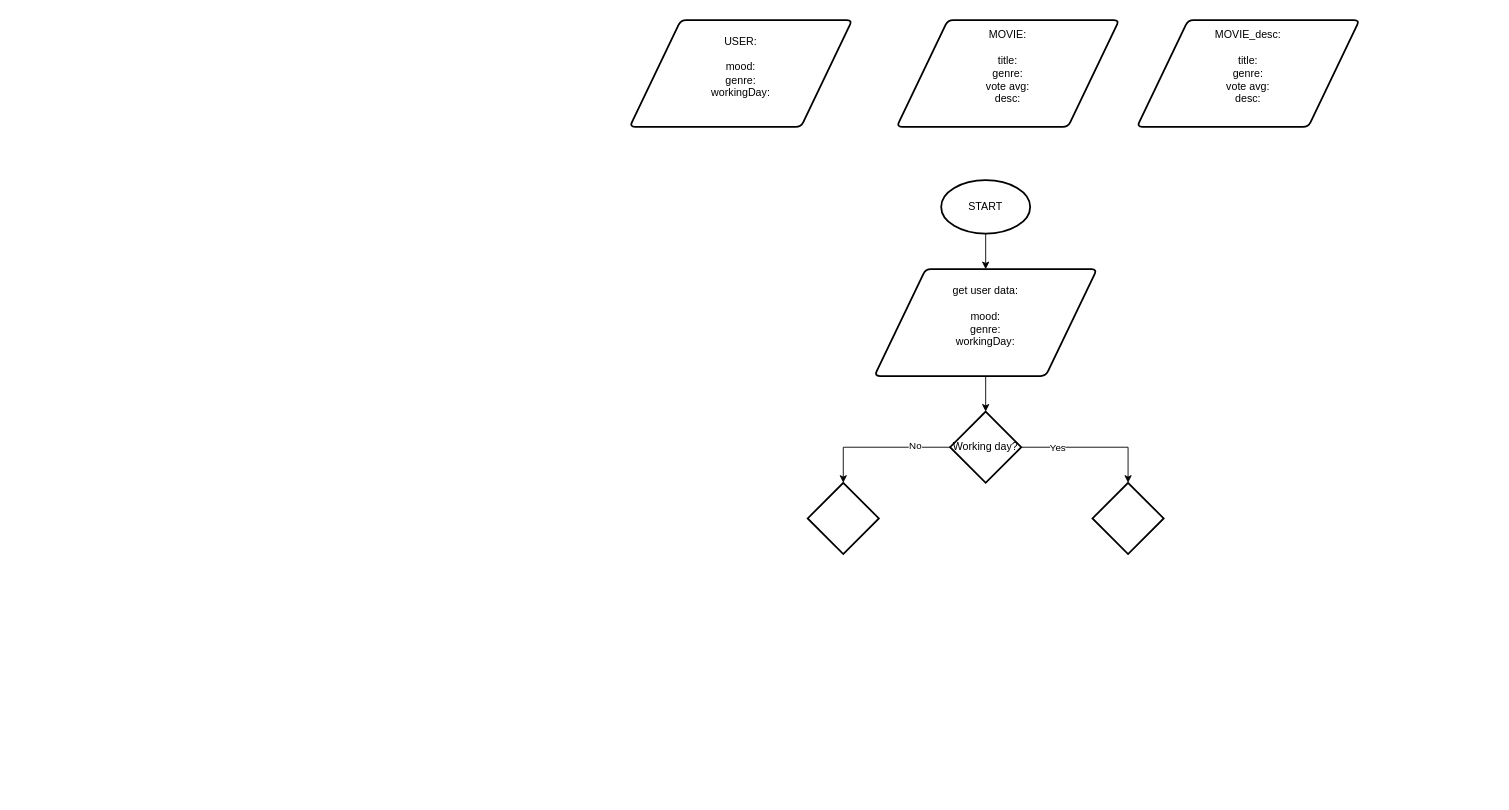
CodeCiepol/movie-advisor keeps this draw.io diagram as Decision_system.drawio. Above is the earlier version. Source tidied: cells renumbered, new cells numbered last; positions are measured from the earlier drawing's top-left corner, leaving out a move shared by most shapes. Both pictures are drawn from the tidied source at 89%, with x=0, y=0 at pixel (629, 20).
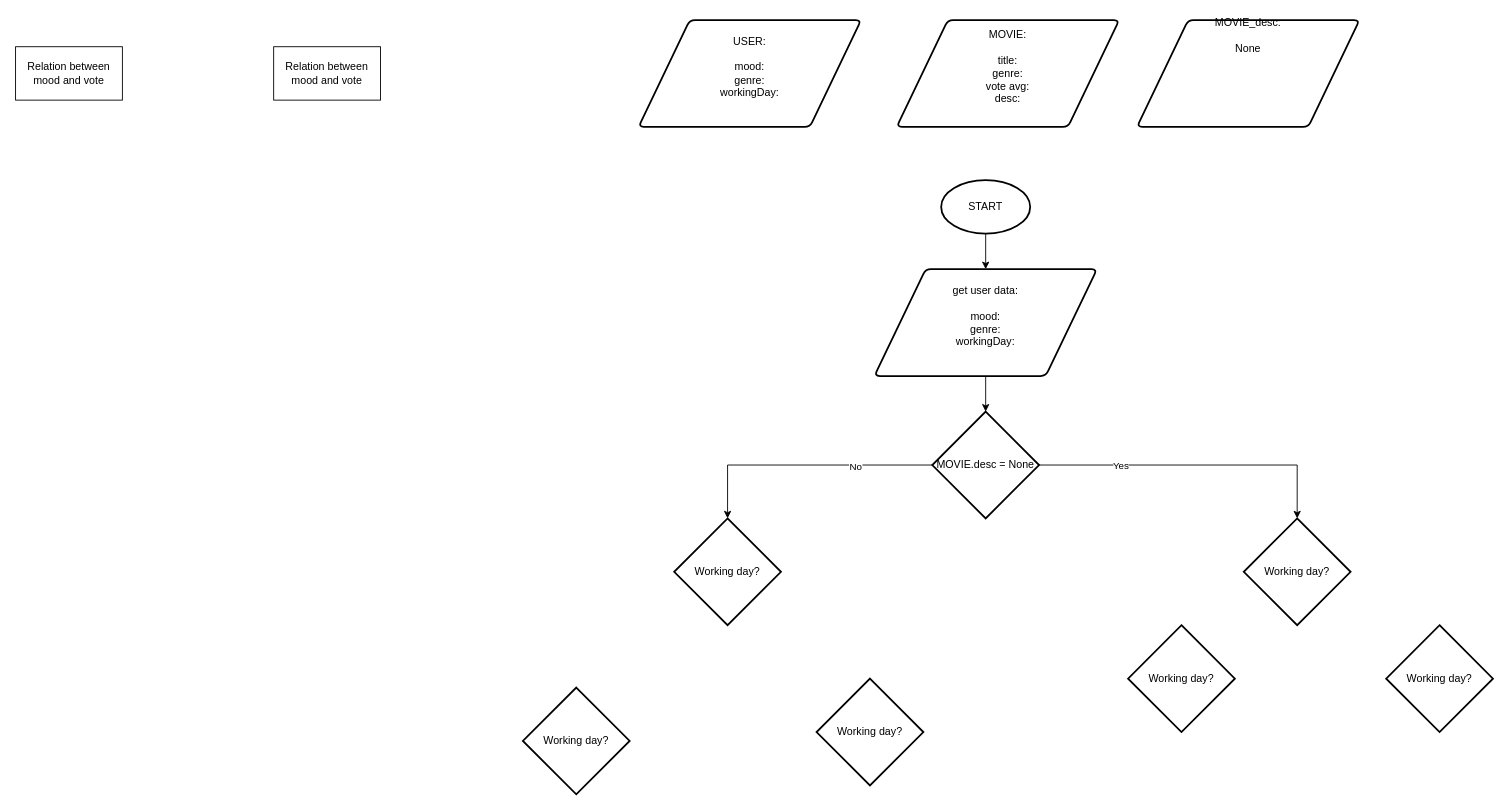
Above is the later version.

The change refers to these unchanged cells:
```xml
<mxCell id="8" value="&lt;div&gt;get user data: &lt;br&gt;&lt;br&gt;&lt;/div&gt;&lt;div&gt;mood:&lt;/div&gt;&lt;div&gt;genre:&lt;/div&gt;&lt;div&gt;workingDay:&lt;/div&gt;&lt;div&gt;&lt;br&gt;&lt;/div&gt;" style="shape=parallelogram;html=1;strokeWidth=2;perimeter=parallelogramPerimeter;whiteSpace=wrap;rounded=1;arcSize=12;size=0.23;" parent="1" vertex="1">
  <mxGeometry x="275" y="280" width="250" height="120" as="geometry" />
</mxCell>
```

The edit, as a diff of the source:
```diff
@@
     <mxCell id="2" value="&lt;div&gt;USER:&lt;br&gt;&lt;br&gt;&lt;/div&gt;&lt;div&gt;mood:&lt;/div&gt;&lt;div&gt;genre:&lt;/div&gt;&lt;div&gt;workingDay:&lt;/div&gt;&lt;div&gt;&lt;br&gt;&lt;/div&gt;" style="shape=parallelogram;html=1;strokeWidth=2;perimeter=parallelogramPerimeter;whiteSpace=wrap;rounded=1;arcSize=12;size=0.23;" parent="1" vertex="1">
-      <mxGeometry width="250" height="120" as="geometry" />
+      <mxGeometry x="10" width="250" height="120" as="geometry" />
     </mxCell>
@@
-    <mxCell id="6" value="&lt;div&gt;MOVIE_desc:&lt;br&gt;&lt;br&gt;&lt;/div&gt;&lt;div&gt;title:&lt;/div&gt;&lt;div&gt;genre:&lt;/div&gt;&lt;div&gt;vote avg:&lt;/div&gt;&lt;div&gt;desc:&lt;br&gt;&lt;/div&gt;&lt;div&gt;&lt;br&gt;&lt;/div&gt;" style="shape=parallelogram;html=1;strokeWidth=2;perimeter=parallelogramPerimeter;whiteSpace=wrap;rounded=1;arcSize=12;size=0.23;" parent="1" vertex="1">
+    <mxCell id="6" value="&lt;div&gt;MOVIE_desc:&lt;br&gt;&lt;/div&gt;&lt;div&gt;&lt;br&gt;&lt;/div&gt;&lt;div&gt;None&lt;/div&gt;&lt;div&gt;&lt;br&gt;&lt;/div&gt;&lt;div&gt;&lt;br&gt;&lt;/div&gt;&lt;div&gt;&lt;br&gt;&lt;/div&gt;&lt;div&gt;&lt;br&gt;&lt;/div&gt;&lt;div&gt;&lt;br&gt;&lt;/div&gt;&lt;div&gt;&lt;br&gt;&lt;/div&gt;" style="shape=parallelogram;html=1;strokeWidth=2;perimeter=parallelogramPerimeter;whiteSpace=wrap;rounded=1;arcSize=12;size=0.23;" parent="1" vertex="1">
       <mxGeometry x="570" width="250" height="120" as="geometry" />
     </mxCell>
-    <mxCell id="7" style="edgeStyle=orthogonalEdgeStyle;rounded=0;jettySize=auto;html=1;" parent="1" edge="1" source="8" target="14">
-      <mxGeometry relative="1" as="geometry" />
-    </mxCell>
+    <mxCell id="16" style="edgeStyle=orthogonalEdgeStyle;rounded=0;jettySize=auto;html=1;exitX=0.5;exitY=1;exitDx=0;exitDy=0;entryX=0.5;entryY=0;entryDx=0;entryDy=0;" parent="1" edge="1" source="8" target="15">
+      <mxGeometry relative="1" as="geometry" />
+    </mxCell>
@@
-    <mxCell id="9" style="rhombus;whiteSpace=wrap;html=1;strokeWidth=2;" parent="1" vertex="1">
-      <mxGeometry x="200" y="520" width="80" height="80" as="geometry" />
-    </mxCell>
-    <mxCell id="10" style="edgeStyle=orthogonalEdgeStyle;rounded=0;jettySize=auto;html=1;entryX=0.5;entryY=0;entryDx=0;entryDy=0;" parent="1" edge="1" source="14" target="9">
-      <mxGeometry relative="1" as="geometry" />
-    </mxCell>
+    <mxCell id="14" value="Working day?" style="rhombus;whiteSpace=wrap;html=1;strokeWidth=2;" parent="1" vertex="1">
+      <mxGeometry x="690" y="560" width="120" height="120" as="geometry" />
+    </mxCell>
+    <mxCell id="17" style="edgeStyle=orthogonalEdgeStyle;rounded=0;jettySize=auto;html=1;exitX=0;exitY=0.5;exitDx=0;exitDy=0;entryX=0.5;entryY=0;entryDx=0;entryDy=0;" parent="1" edge="1" source="15" target="19">
+      <mxGeometry relative="1" as="geometry" />
+    </mxCell>
-    <mxCell id="11" value="No" style="edgeLabel;html=1;align=center;verticalAlign=middle;" parent="10" vertex="1">
-      <mxGeometry x="-0.56" y="-2" relative="1" as="geometry">
-        <mxPoint x="-5" as="offset" />
-      </mxGeometry>
+    <mxCell id="11" value="No" style="edgeLabel;html=1;align=center;verticalAlign=middle;" parent="17" vertex="1">
+      <mxGeometry x="-0.4" y="1" relative="1" as="geometry" />
     </mxCell>
-    <mxCell id="12" style="edgeStyle=orthogonalEdgeStyle;rounded=0;jettySize=auto;html=1;" parent="1" edge="1" source="14" target="15">
-      <mxGeometry relative="1" as="geometry">
-        <Array as="points">
-          <mxPoint x="560" y="480" />
-        </Array>
-      </mxGeometry>
-    </mxCell>
+    <mxCell id="18" style="edgeStyle=orthogonalEdgeStyle;rounded=0;jettySize=auto;html=1;exitX=1;exitY=0.5;exitDx=0;exitDy=0;" parent="1" edge="1" source="15" target="14">
+      <mxGeometry relative="1" as="geometry">
+        <Array as="points">
+          <mxPoint x="750" y="500" />
+        </Array>
+      </mxGeometry>
+    </mxCell>
-    <mxCell id="13" value="Yes" style="edgeLabel;html=1;align=center;verticalAlign=middle;" parent="12" vertex="1">
-      <mxGeometry x="-0.62" relative="1" as="geometry">
-        <mxPoint x="10" as="offset" />
+    <mxCell id="13" value="Yes" style="edgeLabel;html=1;align=center;verticalAlign=middle;" parent="18" vertex="1">
+      <mxGeometry x="-0.68" y="-3" relative="1" as="geometry">
+        <mxPoint x="35" y="-3" as="offset" />
       </mxGeometry>
     </mxCell>
-    <mxCell id="14" value="Working day?" style="rhombus;whiteSpace=wrap;html=1;strokeWidth=2;" parent="1" vertex="1">
-      <mxGeometry x="360" y="440" width="80" height="80" as="geometry" />
-    </mxCell>
-    <mxCell id="15" style="rhombus;whiteSpace=wrap;html=1;strokeWidth=2;" parent="1" vertex="1">
-      <mxGeometry x="520" y="520" width="80" height="80" as="geometry" />
+    <mxCell id="15" value="MOVIE.desc = None" style="rhombus;whiteSpace=wrap;html=1;strokeWidth=2;" parent="1" vertex="1">
+      <mxGeometry x="340" y="440" width="120" height="120" as="geometry" />
     </mxCell>
+    <mxCell id="19" value="Working day?" style="rhombus;whiteSpace=wrap;html=1;strokeWidth=2;" parent="1" vertex="1">
+      <mxGeometry x="50" y="560" width="120" height="120" as="geometry" />
+    </mxCell>
+    <mxCell id="20" value="Working day?" style="rhombus;whiteSpace=wrap;html=1;strokeWidth=2;" parent="1" vertex="1">
+      <mxGeometry x="210" y="740" width="120" height="120" as="geometry" />
+    </mxCell>
+    <mxCell id="21" value="Working day?" style="rhombus;whiteSpace=wrap;html=1;strokeWidth=2;" parent="1" vertex="1">
+      <mxGeometry x="-120" y="750" width="120" height="120" as="geometry" />
+    </mxCell>
+    <mxCell id="22" value="Working day?" style="rhombus;whiteSpace=wrap;html=1;strokeWidth=2;" parent="1" vertex="1">
+      <mxGeometry x="560" y="680" width="120" height="120" as="geometry" />
+    </mxCell>
+    <mxCell id="23" value="Working day?" style="rhombus;whiteSpace=wrap;html=1;strokeWidth=2;" parent="1" vertex="1">
+      <mxGeometry x="850" y="680" width="120" height="120" as="geometry" />
+    </mxCell>
+    <mxCell id="24" value="Relation between mood and vote" style="rounded=0;whiteSpace=wrap;html=1;" parent="1" vertex="1">
+      <mxGeometry x="-690" y="30" width="120" height="60" as="geometry" />
+    </mxCell>
+    <mxCell id="25" value="Relation between mood and vote" style="rounded=0;whiteSpace=wrap;html=1;" parent="1" vertex="1">
+      <mxGeometry x="-400" y="30" width="120" height="60" as="geometry" />
+    </mxCell>
```
